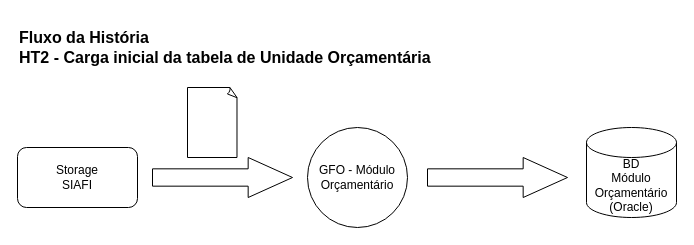
The draw.io diagram drawio/Diagrama sem nome.drawio in vitorecdias/drawio, before the edit. Source tidied: cells renumbered, new cells numbered last; positions are measured from the earlier drawing's top-left corner, leaving out a move shared by most shapes. Both pictures are drawn from the tidied source at 100%, with x=0, y=0 at pixel (17, 17).
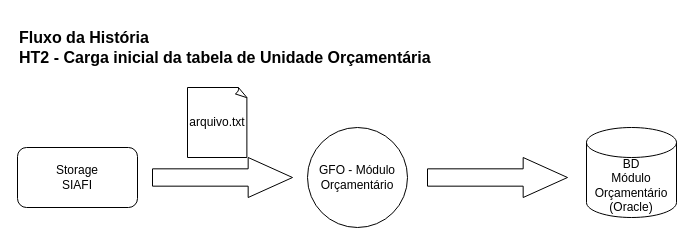
The same diagram, later.

The edit, as a diff of the source:
```diff
@@
 <mxGraphModel>
   <root>
     <mxCell id="0" />
     <mxCell id="1" parent="0" />
     <mxCell id="2" value="BD&lt;div&gt;Módulo Orçamentário&lt;/div&gt;&lt;div&gt;(Oracle)&lt;/div&gt;" style="shape=cylinder3;whiteSpace=wrap;html=1;boundedLbl=1;backgroundOutline=1;size=15;" parent="1" vertex="1">
       <mxGeometry x="569" y="110" width="90" height="90" as="geometry" />
     </mxCell>
     <mxCell id="3" value="GFO - Módulo Orçamentário" style="ellipse;whiteSpace=wrap;html=1;" parent="1" vertex="1">
       <mxGeometry x="290" y="110" width="100" height="100" as="geometry" />
     </mxCell>
     <mxCell id="4" value="Storage&lt;div&gt;SIAFI&lt;/div&gt;" style="rounded=1;whiteSpace=wrap;html=1;" parent="1" vertex="1">
       <mxGeometry y="130" width="120" height="60" as="geometry" />
     </mxCell>
-    <mxCell id="5" style="whiteSpace=wrap;html=1;shape=mxgraph.basic.document;" parent="1" vertex="1">
-      <mxGeometry x="170" y="70" width="50" height="70" as="geometry" />
+    <mxCell id="5" value="arquivo.txt" style="whiteSpace=wrap;html=1;shape=mxgraph.basic.document;" parent="1" vertex="1">
+      <mxGeometry x="170" y="70" width="60" height="70" as="geometry" />
     </mxCell>
     <mxCell id="6" style="shape=singleArrow;whiteSpace=wrap;html=1;arrowWidth=0.43333333333333335;arrowSize=0.31666666666666665;" parent="1" vertex="1">
       <mxGeometry x="410" y="140" width="140" height="40" as="geometry" />
     </mxCell>
     <mxCell id="7" value="&lt;b&gt;&lt;font style=&quot;font-size: 16px;&quot;&gt;Fluxo da História&lt;/font&gt;&lt;/b&gt;&lt;div&gt;&lt;b&gt;&lt;font style=&quot;font-size: 16px;&quot;&gt;HT2 - Carga inicial da tabela de Unidade Orçamentária&lt;/font&gt;&lt;/b&gt;&lt;/div&gt;" style="text;html=1;align=left;verticalAlign=middle;whiteSpace=wrap;rounded=0;" parent="1" vertex="1">
       <mxGeometry width="440" height="60" as="geometry" />
     </mxCell>
     <mxCell id="8" style="shape=singleArrow;whiteSpace=wrap;html=1;arrowWidth=0.43333333333333335;arrowSize=0.31666666666666665;" parent="1" vertex="1">
       <mxGeometry x="135" y="140" width="140" height="40" as="geometry" />
     </mxCell>
   </root>
 </mxGraphModel>
```
